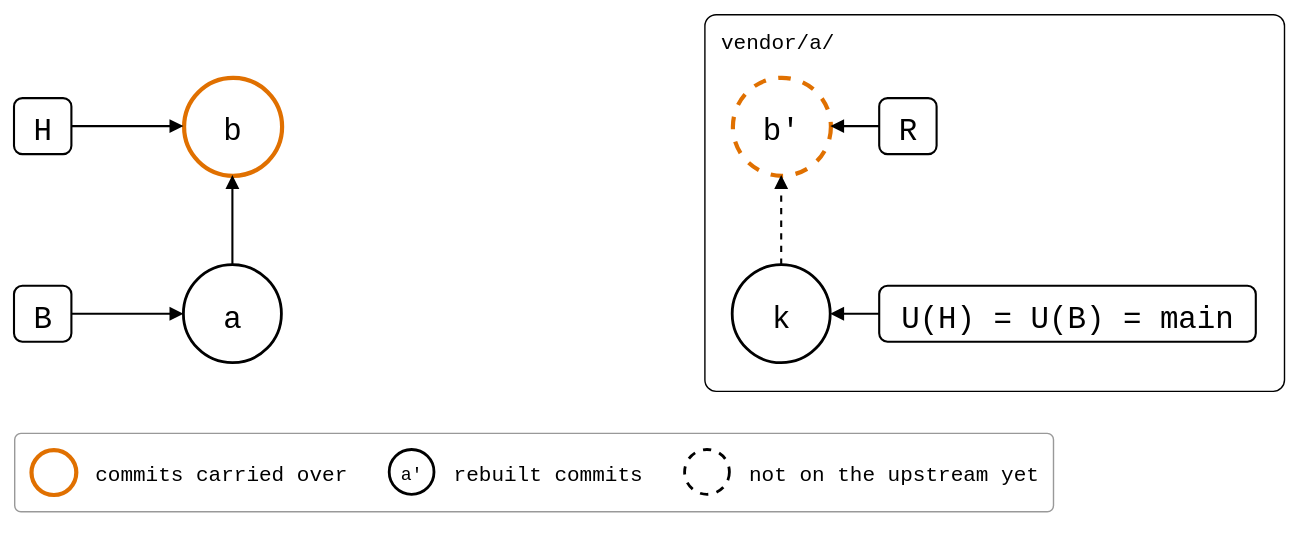
This is git-splice/test/scenarios/03-branches-and-teamwork/02-feature-branch-from-main/feature-branch-from-main.drawio.svg from roschaefer/episodes, a draw.io export, as it was before one commit. Source tidied: cells renumbered, new cells last; positions are measured from the earlier drawing's top-left corner, leaving out a move shared by most shapes. The source it was exported from:
```xml
<mxGraphModel background="#ffffff">
  <root>
    <mxCell id="0" />
    <mxCell id="1" parent="0" />
    <mxCell id="2" value="vendor/a/" style="rounded=1;arcSize=3;fillColor=none;strokeWidth=1;fontSize=15;verticalAlign=top;align=left;spacingLeft=10;spacingTop=4;fontFamily=Roboto Mono,monospace;" parent="1" vertex="1">
      <mxGeometry x="493" width="414" height="269" as="geometry" />
    </mxCell>
    <mxCell id="3" value="a" style="ellipse;strokeWidth=2;fontSize=22;fontFamily=Roboto Mono,monospace;" parent="1" vertex="1">
      <mxGeometry x="121" y="179" width="70" height="70" as="geometry" />
    </mxCell>
    <mxCell id="4" value="b" style="ellipse;fontSize=22;fontFamily=Roboto Mono,monospace;strokeColor=#E07000;strokeWidth=3;" parent="1" vertex="1">
      <mxGeometry x="121" y="45" width="70" height="70" as="geometry" />
    </mxCell>
    <mxCell id="5" value="k" style="ellipse;strokeWidth=2;fontSize=22;fontFamily=Roboto Mono,monospace;" parent="1" vertex="1">
      <mxGeometry x="513" y="179" width="70" height="70" as="geometry" />
    </mxCell>
    <mxCell id="6" value="b'" style="ellipse;fontSize=22;fontFamily=Roboto Mono,monospace;dashed=1;strokeColor=#E07000;strokeWidth=3;" parent="1" vertex="1">
      <mxGeometry x="513" y="45" width="70" height="70" as="geometry" />
    </mxCell>
    <mxCell id="7" value="H" style="rounded=1;strokeWidth=1.5;fontSize=22;fontFamily=Roboto Mono,monospace;" parent="1" vertex="1">
      <mxGeometry y="60" width="41" height="40" as="geometry" />
    </mxCell>
    <mxCell id="8" style="endArrow=block;endFill=1;html=1;strokeWidth=1.5;rounded=0;" parent="1" edge="1" source="7" target="4">
      <mxGeometry relative="1" as="geometry" />
    </mxCell>
    <mxCell id="9" value="B" style="rounded=1;strokeWidth=1.5;fontSize=22;fontFamily=Roboto Mono,monospace;" parent="1" vertex="1">
      <mxGeometry y="194" width="41" height="40" as="geometry" />
    </mxCell>
    <mxCell id="10" style="endArrow=block;endFill=1;html=1;strokeWidth=1.5;rounded=0;" parent="1" edge="1" source="9" target="3">
      <mxGeometry relative="1" as="geometry" />
    </mxCell>
    <mxCell id="11" value="U(H) = U(B) = main" style="rounded=1;strokeWidth=1.5;fontSize=22;fontFamily=Roboto Mono,monospace;" parent="1" vertex="1">
      <mxGeometry x="618" y="194" width="269" height="40" as="geometry" />
    </mxCell>
    <mxCell id="12" style="endArrow=block;endFill=1;html=1;strokeWidth=1.5;rounded=0;" parent="1" edge="1" source="11" target="5">
      <mxGeometry relative="1" as="geometry" />
    </mxCell>
    <mxCell id="13" value="R" style="rounded=1;strokeWidth=1.5;fontSize=22;fontFamily=Roboto Mono,monospace;" parent="1" vertex="1">
      <mxGeometry x="618" y="60" width="41" height="40" as="geometry" />
    </mxCell>
    <mxCell id="14" style="endArrow=block;endFill=1;html=1;strokeWidth=1.5;rounded=0;" parent="1" edge="1" source="13" target="6">
      <mxGeometry relative="1" as="geometry" />
    </mxCell>
    <mxCell id="15" style="endArrow=block;endFill=1;html=1;strokeWidth=1.5;rounded=0;" parent="1" edge="1" source="3" target="4">
      <mxGeometry relative="1" as="geometry" />
    </mxCell>
    <mxCell id="16" style="endArrow=block;endFill=1;html=1;strokeWidth=1.5;rounded=0;dashed=1;" parent="1" edge="1" source="5" target="6">
      <mxGeometry relative="1" as="geometry" />
    </mxCell>
    <mxCell id="17" style="rounded=1;arcSize=8;fillColor=none;strokeColor=#999999;strokeWidth=1;legend=1;" parent="1" vertex="1">
      <mxGeometry y="299" width="742" height="56" as="geometry" />
    </mxCell>
    <mxCell id="18" style="ellipse;fontSize=13;fontFamily=Roboto Mono,monospace;strokeColor=#E07000;strokeWidth=3;" parent="17" vertex="1">
      <mxGeometry x="12" y="12" width="32" height="32" as="geometry" />
    </mxCell>
    <mxCell id="19" value="commits carried over" style="text;align=left;verticalAlign=middle;fontSize=15;fontFamily=Roboto Mono,monospace;" parent="17" vertex="1">
      <mxGeometry x="56" y="12" width="180" height="32" as="geometry" />
    </mxCell>
    <mxCell id="20" value="a'" style="ellipse;fontSize=13;fontFamily=Roboto Mono,monospace;strokeWidth=2;" parent="17" vertex="1">
      <mxGeometry x="268" y="12" width="32" height="32" as="geometry" />
    </mxCell>
    <mxCell id="21" value="rebuilt commits" style="text;align=left;verticalAlign=middle;fontSize=15;fontFamily=Roboto Mono,monospace;" parent="17" vertex="1">
      <mxGeometry x="312" y="12" width="135" height="32" as="geometry" />
    </mxCell>
    <mxCell id="22" style="ellipse;fontSize=13;fontFamily=Roboto Mono,monospace;strokeWidth=2;dashed=1;" parent="17" vertex="1">
      <mxGeometry x="479" y="12" width="32" height="32" as="geometry" />
    </mxCell>
    <mxCell id="23" value="not on the upstream yet" style="text;align=left;verticalAlign=middle;fontSize=15;fontFamily=Roboto Mono,monospace;" parent="17" vertex="1">
      <mxGeometry x="523" y="12" width="207" height="32" as="geometry" />
    </mxCell>
  </root>
</mxGraphModel>
```
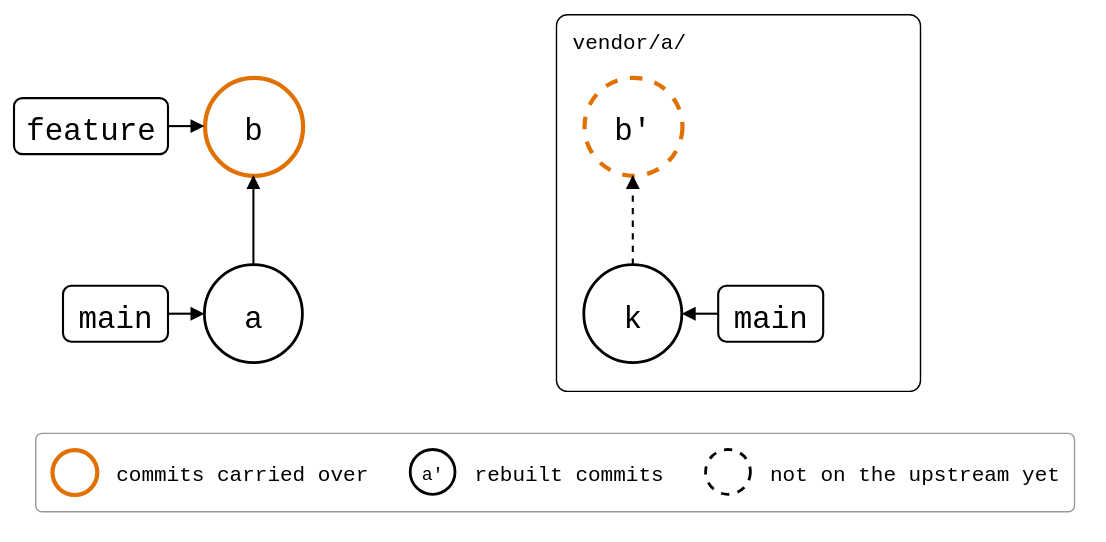
The same file after the commit.

The edit, as a diff of the source:
```diff
@@ -3,7 +3,7 @@
     <mxCell id="0" />
     <mxCell id="1" parent="0" />
     <mxCell id="2" value="vendor/a/" style="rounded=1;arcSize=3;fillColor=none;strokeWidth=1;fontSize=15;verticalAlign=top;align=left;spacingLeft=10;spacingTop=4;fontFamily=Roboto Mono,monospace;" parent="1" vertex="1">
-      <mxGeometry x="493" width="414" height="269" as="geometry" />
+      <mxGeometry x="372" width="260" height="269" as="geometry" />
     </mxCell>
     <mxCell id="3" value="a" style="ellipse;strokeWidth=2;fontSize=22;fontFamily=Roboto Mono,monospace;" parent="1" vertex="1">
       <mxGeometry x="121" y="179" width="70" height="70" as="geometry" />
@@ -12,35 +12,29 @@
       <mxGeometry x="121" y="45" width="70" height="70" as="geometry" />
     </mxCell>
     <mxCell id="5" value="k" style="ellipse;strokeWidth=2;fontSize=22;fontFamily=Roboto Mono,monospace;" parent="1" vertex="1">
-      <mxGeometry x="513" y="179" width="70" height="70" as="geometry" />
+      <mxGeometry x="392" y="179" width="70" height="70" as="geometry" />
     </mxCell>
     <mxCell id="6" value="b'" style="ellipse;fontSize=22;fontFamily=Roboto Mono,monospace;dashed=1;strokeColor=#E07000;strokeWidth=3;" parent="1" vertex="1">
-      <mxGeometry x="513" y="45" width="70" height="70" as="geometry" />
+      <mxGeometry x="392" y="45" width="70" height="70" as="geometry" />
     </mxCell>
-    <mxCell id="7" value="H" style="rounded=1;strokeWidth=1.5;fontSize=22;fontFamily=Roboto Mono,monospace;" parent="1" vertex="1">
-      <mxGeometry y="60" width="41" height="40" as="geometry" />
+    <mxCell id="7" value="feature" style="rounded=1;strokeWidth=1.5;fontSize=22;fontFamily=Roboto Mono,monospace;" parent="1" vertex="1">
+      <mxGeometry x="-15" y="60" width="110" height="40" as="geometry" />
     </mxCell>
     <mxCell id="8" style="endArrow=block;endFill=1;html=1;strokeWidth=1.5;rounded=0;" parent="1" edge="1" source="7" target="4">
       <mxGeometry relative="1" as="geometry" />
     </mxCell>
-    <mxCell id="9" value="B" style="rounded=1;strokeWidth=1.5;fontSize=22;fontFamily=Roboto Mono,monospace;" parent="1" vertex="1">
-      <mxGeometry y="194" width="41" height="40" as="geometry" />
+    <mxCell id="9" value="main" style="rounded=1;strokeWidth=1.5;fontSize=22;fontFamily=Roboto Mono,monospace;" parent="1" vertex="1">
+      <mxGeometry x="20" y="194" width="75" height="40" as="geometry" />
     </mxCell>
     <mxCell id="10" style="endArrow=block;endFill=1;html=1;strokeWidth=1.5;rounded=0;" parent="1" edge="1" source="9" target="3">
       <mxGeometry relative="1" as="geometry" />
     </mxCell>
-    <mxCell id="11" value="U(H) = U(B) = main" style="rounded=1;strokeWidth=1.5;fontSize=22;fontFamily=Roboto Mono,monospace;" parent="1" vertex="1">
-      <mxGeometry x="618" y="194" width="269" height="40" as="geometry" />
+    <mxCell id="11" value="main" style="rounded=1;strokeWidth=1.5;fontSize=22;fontFamily=Roboto Mono,monospace;" parent="1" vertex="1">
+      <mxGeometry x="488" y="194" width="75" height="40" as="geometry" />
     </mxCell>
     <mxCell id="12" style="endArrow=block;endFill=1;html=1;strokeWidth=1.5;rounded=0;" parent="1" edge="1" source="11" target="5">
       <mxGeometry relative="1" as="geometry" />
     </mxCell>
-    <mxCell id="13" value="R" style="rounded=1;strokeWidth=1.5;fontSize=22;fontFamily=Roboto Mono,monospace;" parent="1" vertex="1">
-      <mxGeometry x="618" y="60" width="41" height="40" as="geometry" />
-    </mxCell>
-    <mxCell id="14" style="endArrow=block;endFill=1;html=1;strokeWidth=1.5;rounded=0;" parent="1" edge="1" source="13" target="6">
-      <mxGeometry relative="1" as="geometry" />
-    </mxCell>
     <mxCell id="15" style="endArrow=block;endFill=1;html=1;strokeWidth=1.5;rounded=0;" parent="1" edge="1" source="3" target="4">
       <mxGeometry relative="1" as="geometry" />
     </mxCell>
```
